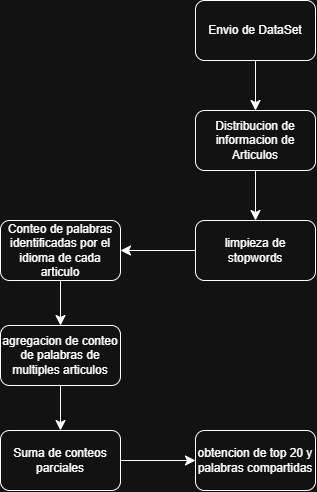
LuccaMarino/tp-grupal_Distribuidos keeps this draw.io diagram as diseño/diagramas/DAG_Q3y4.png. Above is the earlier version. Source tidied: cells renumbered, new cells last; positions are measured from the earlier drawing's top-left corner, leaving out a move shared by most shapes. Its diagram source:
```xml
<mxGraphModel>
  <root>
    <mxCell id="0" />
    <mxCell id="1" parent="0" />
    <mxCell id="2" style="edgeStyle=none;curved=1;rounded=0;curveGeometry=1;jettySize=auto;html=1;fontSize=12;startSize=8;endSize=8;" parent="1" edge="1" source="3" target="5">
      <mxGeometry relative="1" as="geometry" />
    </mxCell>
    <mxCell id="3" value="Envio de DataSet" style="rounded=1;whiteSpace=wrap;html=1;roundedPerimeter=1;" parent="1" vertex="1">
      <mxGeometry x="195" width="120" height="60" as="geometry" />
    </mxCell>
    <mxCell id="4" style="edgeStyle=none;curved=1;rounded=0;curveGeometry=1;jettySize=auto;html=1;fontSize=12;startSize=8;endSize=8;" parent="1" edge="1" source="5" target="7">
      <mxGeometry relative="1" as="geometry" />
    </mxCell>
    <mxCell id="5" value="Distribucion de informacion de Articulos" style="rounded=1;whiteSpace=wrap;html=1;roundedPerimeter=1;" parent="1" vertex="1">
      <mxGeometry x="195" y="110" width="120" height="60" as="geometry" />
    </mxCell>
    <mxCell id="6" style="edgeStyle=none;curved=1;rounded=0;curveGeometry=1;jettySize=auto;html=1;fontSize=12;startSize=8;endSize=8;entryX=1;entryY=0.5;entryDx=0;entryDy=0;" parent="1" edge="1" source="7" target="13">
      <mxGeometry relative="1" as="geometry" />
    </mxCell>
    <mxCell id="7" value="limpieza de stopwords" style="rounded=1;whiteSpace=wrap;html=1;roundedPerimeter=1;" parent="1" vertex="1">
      <mxGeometry x="195" y="220" width="120" height="60" as="geometry" />
    </mxCell>
    <mxCell id="8" style="edgeStyle=none;curved=1;rounded=0;curveGeometry=1;jettySize=auto;html=1;entryX=0.5;entryY=0;entryDx=0;entryDy=0;fontSize=12;startSize=8;endSize=8;" parent="1" edge="1" source="9" target="11">
      <mxGeometry relative="1" as="geometry" />
    </mxCell>
    <mxCell id="9" value="agregacion de conteo de palabras de multiples articulos" style="rounded=1;whiteSpace=wrap;html=1;roundedPerimeter=1;" parent="1" vertex="1">
      <mxGeometry y="325" width="120" height="60" as="geometry" />
    </mxCell>
    <mxCell id="10" style="edgeStyle=none;curved=1;rounded=0;curveGeometry=1;jettySize=auto;html=1;fontSize=12;startSize=8;endSize=8;entryX=0;entryY=0.5;entryDx=0;entryDy=0;" parent="1" edge="1" source="11">
      <mxGeometry relative="1" as="geometry">
        <mxPoint x="195" y="460" as="targetPoint" />
      </mxGeometry>
    </mxCell>
    <mxCell id="11" value="Suma de conteos parciales" style="rounded=1;whiteSpace=wrap;html=1;roundedPerimeter=1;" parent="1" vertex="1">
      <mxGeometry y="430" width="120" height="60" as="geometry" />
    </mxCell>
    <mxCell id="12" style="edgeStyle=none;curved=1;rounded=0;curveGeometry=1;jettySize=auto;html=1;fontSize=12;startSize=8;endSize=8;" parent="1" edge="1" source="13" target="9">
      <mxGeometry relative="1" as="geometry" />
    </mxCell>
    <mxCell id="13" value="Conteo de palabras identificadas por el idioma de cada articulo" style="rounded=1;whiteSpace=wrap;html=1;" parent="1" vertex="1">
      <mxGeometry y="220" width="120" height="60" as="geometry" />
    </mxCell>
    <mxCell id="14" value="obtencion de top 20 y palabras compartidas" style="rounded=1;whiteSpace=wrap;html=1;roundedPerimeter=1;" parent="1" vertex="1">
      <mxGeometry x="195" y="430" width="120" height="60" as="geometry" />
    </mxCell>
  </root>
</mxGraphModel>
```
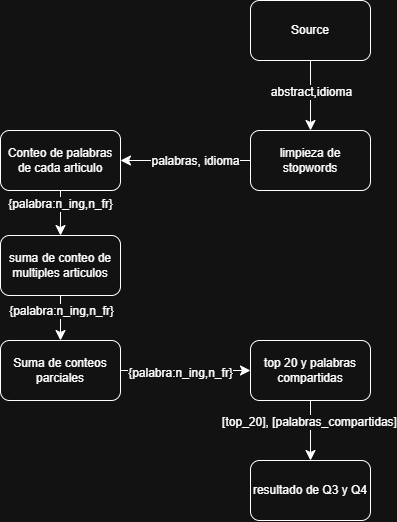
After the change.

Diff of the diagram source:
```diff
@@ -2,46 +2,64 @@
   <root>
     <mxCell id="0" />
     <mxCell id="1" parent="0" />
-    <mxCell id="2" style="edgeStyle=none;curved=1;rounded=0;curveGeometry=1;jettySize=auto;html=1;fontSize=12;startSize=8;endSize=8;" parent="1" edge="1" source="3" target="5">
-      <mxGeometry relative="1" as="geometry" />
-    </mxCell>
-    <mxCell id="3" value="Envio de DataSet" style="rounded=1;whiteSpace=wrap;html=1;roundedPerimeter=1;" parent="1" vertex="1">
-      <mxGeometry x="195" width="120" height="60" as="geometry" />
-    </mxCell>
-    <mxCell id="4" style="edgeStyle=none;curved=1;rounded=0;curveGeometry=1;jettySize=auto;html=1;fontSize=12;startSize=8;endSize=8;" parent="1" edge="1" source="5" target="7">
+    <mxCell id="4" style="edgeStyle=orthogonalEdgeStyle;curved=1;rounded=0;curveGeometry=1;jettySize=auto;html=1;fontSize=12;startSize=8;endSize=8;" parent="1" edge="1" source="5" target="7">
       <mxGeometry relative="1" as="geometry" />
     </mxCell>
+    <mxCell id="15" value="abstract,idioma" style="edgeLabel;html=1;align=center;verticalAlign=middle;fontSize=12;" parent="4" vertex="1">
+      <mxGeometry x="-0.12" relative="1" as="geometry" />
+    </mxCell>
-    <mxCell id="5" value="Distribucion de informacion de Articulos" style="rounded=1;whiteSpace=wrap;html=1;roundedPerimeter=1;" parent="1" vertex="1">
-      <mxGeometry x="195" y="110" width="120" height="60" as="geometry" />
+    <mxCell id="5" value="Source" style="rounded=1;whiteSpace=wrap;html=1;roundedPerimeter=1;" parent="1" vertex="1">
+      <mxGeometry x="362" y="350" width="120" height="60" as="geometry" />
     </mxCell>
     <mxCell id="6" style="edgeStyle=none;curved=1;rounded=0;curveGeometry=1;jettySize=auto;html=1;fontSize=12;startSize=8;endSize=8;entryX=1;entryY=0.5;entryDx=0;entryDy=0;" parent="1" edge="1" source="7" target="13">
       <mxGeometry relative="1" as="geometry" />
     </mxCell>
+    <mxCell id="16" value="palabras, idioma" style="edgeLabel;html=1;align=center;verticalAlign=middle;fontSize=12;" parent="6" vertex="1">
+      <mxGeometry x="-0.14" relative="1" as="geometry" />
+    </mxCell>
     <mxCell id="7" value="limpieza de stopwords" style="rounded=1;whiteSpace=wrap;html=1;roundedPerimeter=1;" parent="1" vertex="1">
-      <mxGeometry x="195" y="220" width="120" height="60" as="geometry" />
+      <mxGeometry x="362" y="480" width="120" height="60" as="geometry" />
     </mxCell>
     <mxCell id="8" style="edgeStyle=none;curved=1;rounded=0;curveGeometry=1;jettySize=auto;html=1;entryX=0.5;entryY=0;entryDx=0;entryDy=0;fontSize=12;startSize=8;endSize=8;" parent="1" edge="1" source="9" target="11">
       <mxGeometry relative="1" as="geometry" />
     </mxCell>
+    <mxCell id="17" value="{palabra:n_ing,n_fr}" style="edgeLabel;html=1;align=center;verticalAlign=middle;fontSize=12;" parent="8" vertex="1">
+      <mxGeometry x="-0.46" y="-3" relative="1" as="geometry">
+        <mxPoint x="3" y="3" as="offset" />
+      </mxGeometry>
+    </mxCell>
-    <mxCell id="9" value="agregacion de conteo de palabras de multiples articulos" style="rounded=1;whiteSpace=wrap;html=1;roundedPerimeter=1;" parent="1" vertex="1">
-      <mxGeometry y="325" width="120" height="60" as="geometry" />
+    <mxCell id="9" value="suma de conteo de multiples articulos" style="rounded=1;whiteSpace=wrap;html=1;roundedPerimeter=1;" parent="1" vertex="1">
+      <mxGeometry x="112" y="585" width="120" height="60" as="geometry" />
     </mxCell>
-    <mxCell id="10" style="edgeStyle=none;curved=1;rounded=0;curveGeometry=1;jettySize=auto;html=1;fontSize=12;startSize=8;endSize=8;entryX=0;entryY=0.5;entryDx=0;entryDy=0;" parent="1" edge="1" source="11">
-      <mxGeometry relative="1" as="geometry">
-        <mxPoint x="195" y="460" as="targetPoint" />
-      </mxGeometry>
+    <mxCell id="10" style="edgeStyle=none;curved=1;rounded=0;curveGeometry=1;jettySize=auto;html=1;fontSize=12;startSize=8;endSize=8;entryX=0;entryY=0.5;entryDx=0;entryDy=0;" parent="1" edge="1" source="11" target="14">
+      <mxGeometry relative="1" as="geometry" />
     </mxCell>
+    <mxCell id="18" value="{palabra:n_ing,n_fr}" style="edgeLabel;html=1;align=center;verticalAlign=middle;fontSize=12;" parent="10" vertex="1">
+      <mxGeometry x="-0.09" y="-2" relative="1" as="geometry" />
+    </mxCell>
     <mxCell id="11" value="Suma de conteos parciales" style="rounded=1;whiteSpace=wrap;html=1;roundedPerimeter=1;" parent="1" vertex="1">
-      <mxGeometry y="430" width="120" height="60" as="geometry" />
+      <mxGeometry x="112" y="690" width="120" height="60" as="geometry" />
     </mxCell>
     <mxCell id="12" style="edgeStyle=none;curved=1;rounded=0;curveGeometry=1;jettySize=auto;html=1;fontSize=12;startSize=8;endSize=8;" parent="1" edge="1" source="13" target="9">
       <mxGeometry relative="1" as="geometry" />
     </mxCell>
+    <mxCell id="19" value="{palabra:n_ing,n_fr}" style="edgeLabel;html=1;align=center;verticalAlign=middle;fontSize=12;" parent="12" vertex="1">
+      <mxGeometry x="-0.43" y="-1" relative="1" as="geometry" />
+    </mxCell>
-    <mxCell id="13" value="Conteo de palabras identificadas por el idioma de cada articulo" style="rounded=1;whiteSpace=wrap;html=1;" parent="1" vertex="1">
-      <mxGeometry y="220" width="120" height="60" as="geometry" />
+    <mxCell id="13" value="Conteo de palabras de cada articulo" style="rounded=1;whiteSpace=wrap;html=1;" parent="1" vertex="1">
+      <mxGeometry x="112" y="480" width="120" height="60" as="geometry" />
     </mxCell>
+    <mxCell id="20" style="edgeStyle=none;curved=1;rounded=0;curveGeometry=1;jettySize=auto;html=1;fontSize=12;startSize=8;endSize=8;" parent="1" edge="1" source="14" target="22">
+      <mxGeometry relative="1" as="geometry" />
+    </mxCell>
+    <mxCell id="21" value="[top_20], [palabras_compartidas]" style="edgeLabel;html=1;align=center;verticalAlign=middle;fontSize=12;" parent="20" vertex="1">
+      <mxGeometry x="-0.29" y="-2" relative="1" as="geometry" />
+    </mxCell>
-    <mxCell id="14" value="obtencion de top 20 y palabras compartidas" style="rounded=1;whiteSpace=wrap;html=1;roundedPerimeter=1;" parent="1" vertex="1">
-      <mxGeometry x="195" y="430" width="120" height="60" as="geometry" />
+    <mxCell id="14" value="top 20 y palabras compartidas" style="rounded=1;whiteSpace=wrap;html=1;roundedPerimeter=1;" parent="1" vertex="1">
+      <mxGeometry x="362" y="690" width="120" height="60" as="geometry" />
     </mxCell>
+    <mxCell id="22" value="resultado de Q3 y Q4" style="rounded=1;whiteSpace=wrap;html=1;roundedPerimeter=1;" parent="1" vertex="1">
+      <mxGeometry x="362" y="810" width="120" height="60" as="geometry" />
+    </mxCell>
   </root>
 </mxGraphModel>
```
